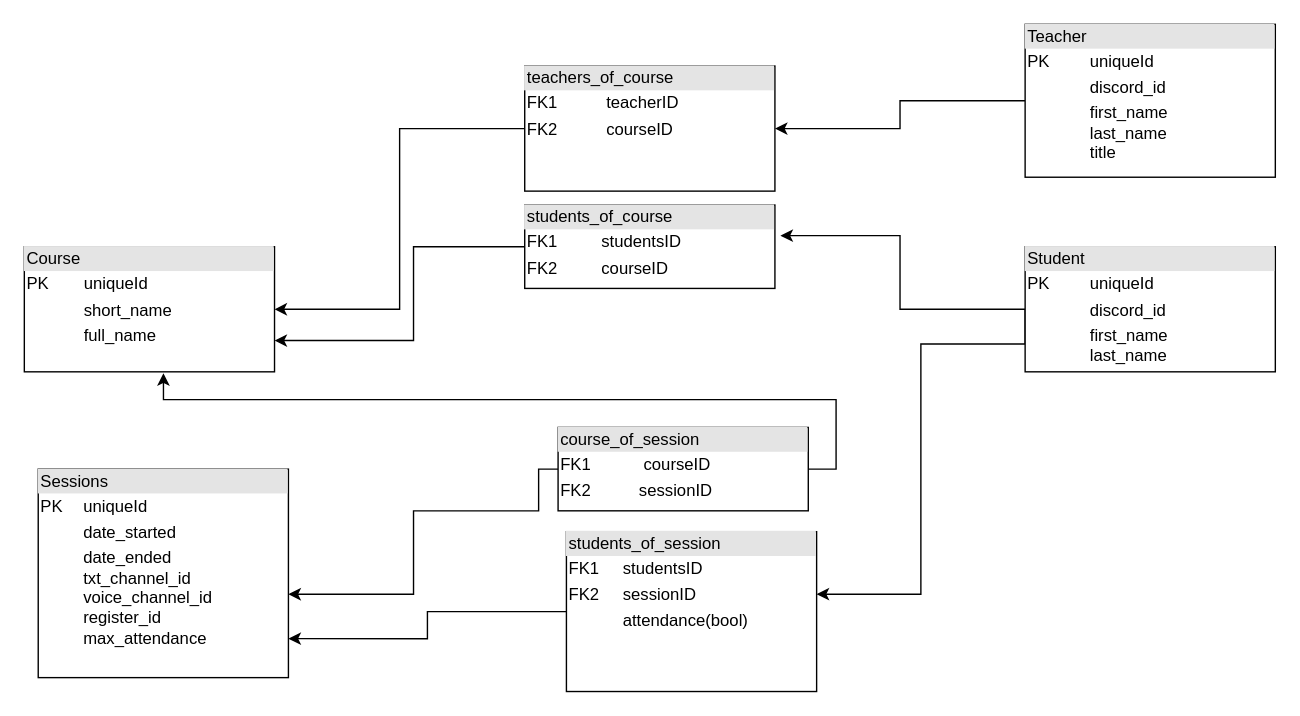
Earlier version of the draw.io diagram documents/DB.drawio (jcsawyer123/classroom-FirstDayBackHacks). Source tidied: cells renumbered, new cells numbered last; positions are measured from the earlier drawing's top-left corner, leaving out a move shared by most shapes. Both pictures are drawn from the tidied source at 139%, with x=0, y=0 at pixel (24, 24).
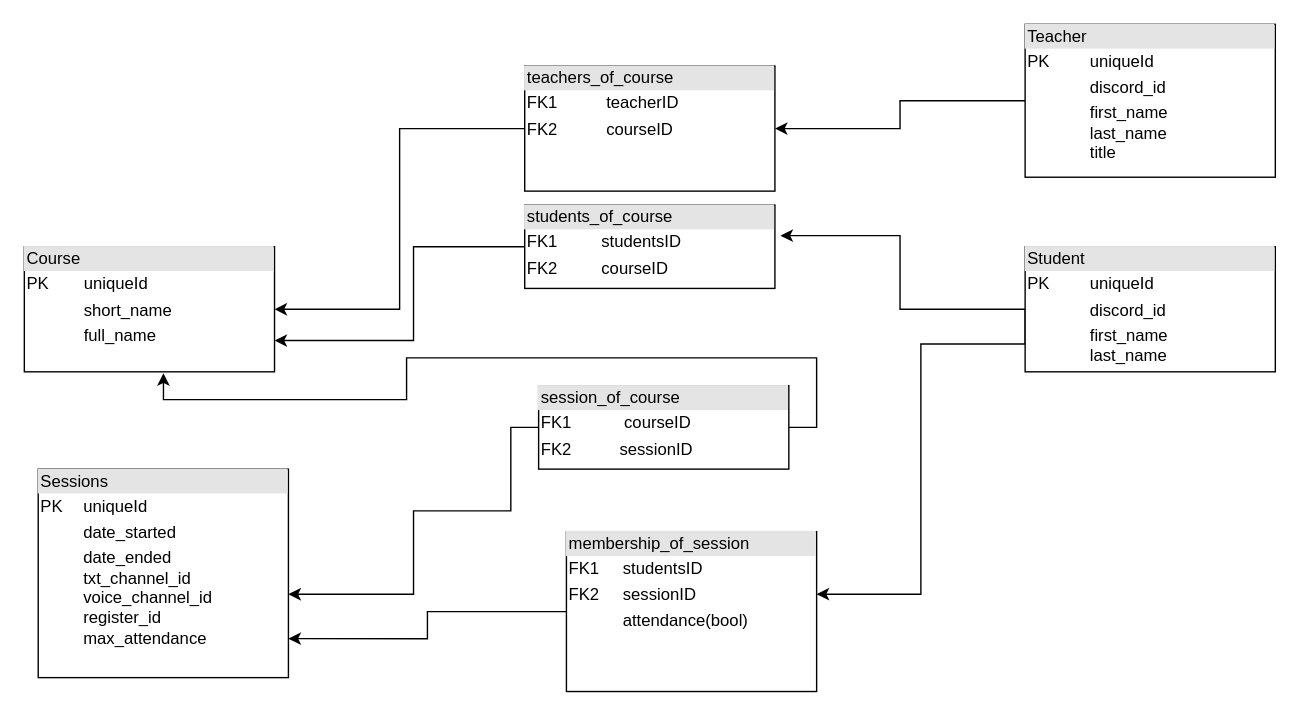
The same page after the edit.

Unchanged cells that the change refers to:
```xml
<mxCell id="12" value="&lt;div style=&quot;box-sizing: border-box ; width: 100% ; background: #e4e4e4 ; padding: 2px&quot;&gt;Sessions&lt;/div&gt;&lt;table style=&quot;width: 100% ; font-size: 1em&quot; cellpadding=&quot;2&quot; cellspacing=&quot;0&quot;&gt;&lt;tbody&gt;&lt;tr&gt;&lt;td&gt;PK&lt;/td&gt;&lt;td&gt;uniqueId&lt;/td&gt;&lt;/tr&gt;&lt;tr&gt;&lt;td&gt;&lt;br&gt;&lt;/td&gt;&lt;td&gt;date_started&lt;/td&gt;&lt;/tr&gt;&lt;tr&gt;&lt;td&gt;&lt;br&gt;&lt;/td&gt;&lt;td&gt;date_ended&lt;br&gt;txt_channel_id&lt;br&gt;voice_channel_id&lt;br&gt;register_id&lt;br&gt;max_attendance&lt;/td&gt;&lt;/tr&gt;&lt;/tbody&gt;&lt;/table&gt;" style="verticalAlign=top;align=left;overflow=fill;html=1;" parent="1" vertex="1">
  <mxGeometry x="10" y="320" width="180" height="150" as="geometry" />
</mxCell>
```

Change to the diagram source:
```diff
@@
-    <mxCell id="14" value="&lt;div style=&quot;box-sizing: border-box ; width: 100% ; background: #e4e4e4 ; padding: 2px&quot;&gt;students_of_session&lt;/div&gt;&lt;table style=&quot;width: 100% ; font-size: 1em&quot; cellpadding=&quot;2&quot; cellspacing=&quot;0&quot;&gt;&lt;tbody&gt;&lt;tr&gt;&lt;td&gt;FK1&lt;/td&gt;&lt;td&gt;studentsID&lt;/td&gt;&lt;/tr&gt;&lt;tr&gt;&lt;td&gt;FK2&lt;/td&gt;&lt;td&gt;sessionID&lt;/td&gt;&lt;/tr&gt;&lt;tr&gt;&lt;td&gt;&lt;br&gt;&lt;/td&gt;&lt;td&gt;attendance(bool)&lt;/td&gt;&lt;/tr&gt;&lt;/tbody&gt;&lt;/table&gt;" style="verticalAlign=top;align=left;overflow=fill;html=1;" parent="1" vertex="1">
+    <mxCell id="14" value="&lt;div style=&quot;box-sizing: border-box ; width: 100% ; background: #e4e4e4 ; padding: 2px&quot;&gt;membership_of_session&lt;/div&gt;&lt;table style=&quot;width: 100% ; font-size: 1em&quot; cellpadding=&quot;2&quot; cellspacing=&quot;0&quot;&gt;&lt;tbody&gt;&lt;tr&gt;&lt;td&gt;FK1&lt;/td&gt;&lt;td&gt;studentsID&lt;/td&gt;&lt;/tr&gt;&lt;tr&gt;&lt;td&gt;FK2&lt;/td&gt;&lt;td&gt;sessionID&lt;/td&gt;&lt;/tr&gt;&lt;tr&gt;&lt;td&gt;&lt;br&gt;&lt;/td&gt;&lt;td&gt;attendance(bool)&lt;/td&gt;&lt;/tr&gt;&lt;/tbody&gt;&lt;/table&gt;" style="verticalAlign=top;align=left;overflow=fill;html=1;" parent="1" vertex="1">
       <mxGeometry x="390" y="365" width="180" height="115" as="geometry" />
     </mxCell>
     <mxCell id="15" style="edgeStyle=orthogonalEdgeStyle;rounded=0;jettySize=auto;html=1;exitX=0;exitY=0.5;exitDx=0;exitDy=0;entryX=1;entryY=0.6;entryDx=0;entryDy=0;entryPerimeter=0;" parent="1" edge="1" source="17" target="12">
       <mxGeometry relative="1" as="geometry">
         <Array as="points">
-          <mxPoint x="370" y="350" />
+          <mxPoint x="350" y="290" />
+          <mxPoint x="350" y="350" />
           <mxPoint x="280" y="350" />
           <mxPoint x="280" y="410" />
         </Array>
       </mxGeometry>
     </mxCell>
@@
-    <mxCell id="17" value="&lt;div style=&quot;box-sizing: border-box ; width: 100% ; background: #e4e4e4 ; padding: 2px&quot;&gt;course_of_session&lt;/div&gt;&lt;table style=&quot;width: 100% ; font-size: 1em&quot; cellpadding=&quot;2&quot; cellspacing=&quot;0&quot;&gt;&lt;tbody&gt;&lt;tr&gt;&lt;td&gt;FK1&lt;/td&gt;&lt;td&gt;&amp;nbsp;courseID&lt;/td&gt;&lt;/tr&gt;&lt;tr&gt;&lt;td&gt;FK2&lt;/td&gt;&lt;td&gt;sessionID&lt;/td&gt;&lt;/tr&gt;&lt;/tbody&gt;&lt;/table&gt;" style="verticalAlign=top;align=left;overflow=fill;html=1;" parent="1" vertex="1">
-      <mxGeometry x="384" y="290" width="180" height="60" as="geometry" />
+    <mxCell id="17" value="&lt;div style=&quot;box-sizing: border-box ; width: 100% ; background: #e4e4e4 ; padding: 2px&quot;&gt;session_of_course&lt;/div&gt;&lt;table style=&quot;width: 100% ; font-size: 1em&quot; cellpadding=&quot;2&quot; cellspacing=&quot;0&quot;&gt;&lt;tbody&gt;&lt;tr&gt;&lt;td&gt;FK1&lt;/td&gt;&lt;td&gt;&amp;nbsp;courseID&lt;/td&gt;&lt;/tr&gt;&lt;tr&gt;&lt;td&gt;FK2&lt;/td&gt;&lt;td&gt;sessionID&lt;/td&gt;&lt;/tr&gt;&lt;/tbody&gt;&lt;/table&gt;" style="verticalAlign=top;align=left;overflow=fill;html=1;" parent="1" vertex="1">
+      <mxGeometry x="370" y="260" width="180" height="60" as="geometry" />
     </mxCell>
```
